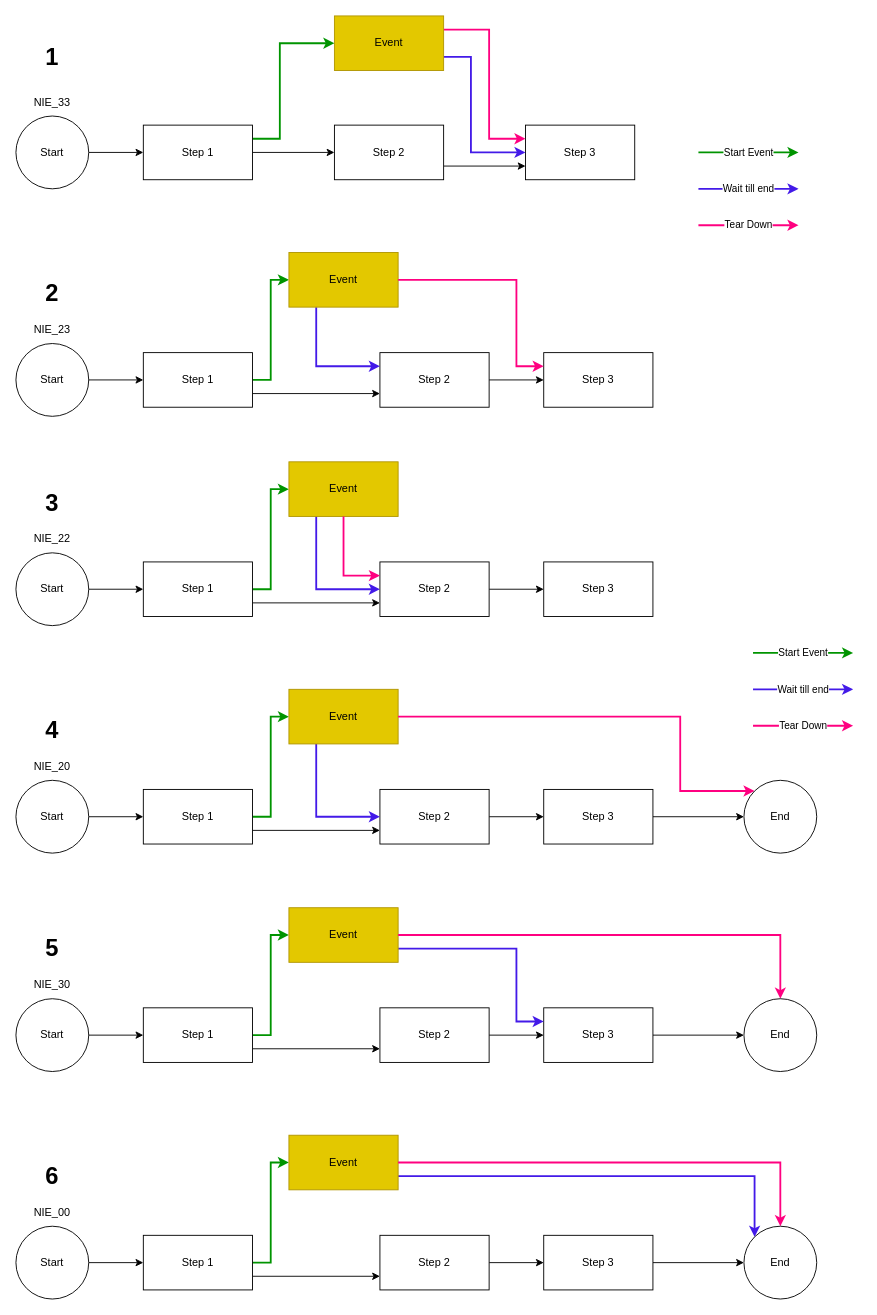
This is page "asynchronousEventIntegrity" (12 of 17) of diagrams/PhasedDiagrams.drawio from adobe/phased-testing, a draw.io file, before an edit. Source tidied: cells renumbered, new cells numbered last; positions are measured from the earlier drawing's top-left corner, leaving out a move shared by most shapes. Both pictures are drawn from the tidied source at 91%, with x=0, y=0 at pixel (15, 15).
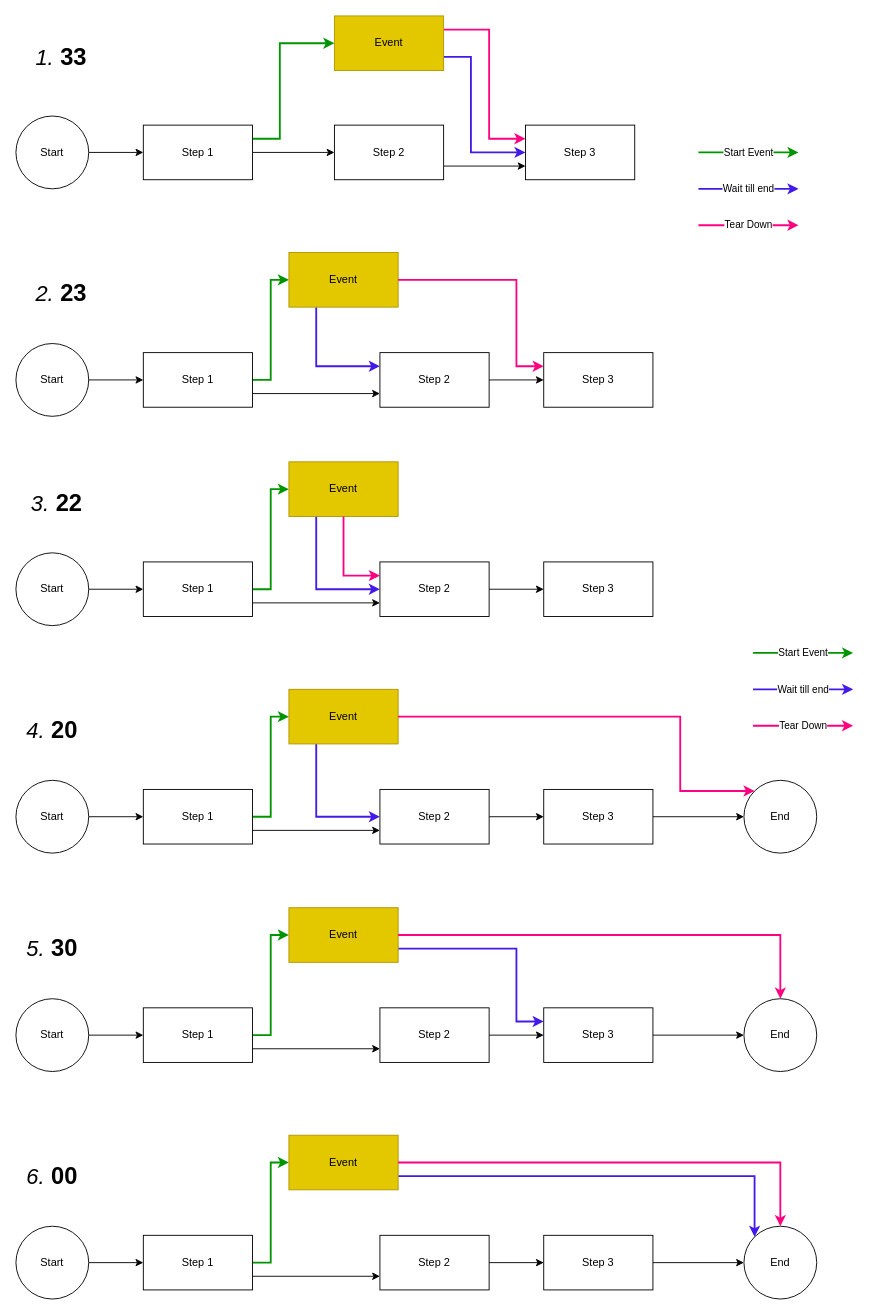
Above is the later version.

Commit message (it also covers changes not shown here):
docs: NIE event-wrapping diagram fixes (follow-up to #260) (#261)

Change to the diagram source:
```diff
@@
-    <mxCell id="77" value="1" style="text;html=1;strokeColor=none;fillColor=none;align=center;verticalAlign=middle;whiteSpace=wrap;rounded=0;fontSize=26;fontStyle=1;" parent="1" vertex="1">
-      <mxGeometry x="10" y="30" width="60" height="30" as="geometry" />
+    <mxCell id="77" value="&lt;i style=&quot;font-weight: normal;&quot;&gt;&lt;font style=&quot;font-size: 24px;&quot;&gt;1.&lt;/font&gt;&lt;/i&gt; 33" style="text;html=1;strokeColor=none;fillColor=none;align=center;verticalAlign=middle;whiteSpace=wrap;rounded=0;fontSize=26;fontStyle=1;" parent="1" vertex="1">
+      <mxGeometry x="10" y="30" width="80" height="30" as="geometry" />
     </mxCell>
-    <mxCell id="78" value="2" style="text;html=1;strokeColor=none;fillColor=none;align=center;verticalAlign=middle;whiteSpace=wrap;rounded=0;fontSize=26;fontStyle=1;" parent="1" vertex="1">
-      <mxGeometry x="10" y="290" width="60" height="30" as="geometry" />
+    <mxCell id="78" value="&lt;i style=&quot;font-weight: normal;&quot;&gt;&lt;font style=&quot;font-size: 24px;&quot;&gt;2.&lt;/font&gt;&lt;/i&gt; 23" style="text;html=1;strokeColor=none;fillColor=none;align=center;verticalAlign=middle;whiteSpace=wrap;rounded=0;fontSize=26;fontStyle=1;" parent="1" vertex="1">
+      <mxGeometry x="10" y="290" width="80" height="30" as="geometry" />
     </mxCell>
-    <mxCell id="79" value="3" style="text;html=1;strokeColor=none;fillColor=none;align=center;verticalAlign=middle;whiteSpace=wrap;rounded=0;fontSize=26;fontStyle=1;" parent="1" vertex="1">
-      <mxGeometry x="10" y="520" width="60" height="30" as="geometry" />
+    <mxCell id="79" value="&lt;i style=&quot;font-weight: normal;&quot;&gt;&lt;font style=&quot;font-size: 24px;&quot;&gt;3.&lt;/font&gt;&lt;/i&gt; 22" style="text;html=1;strokeColor=none;fillColor=none;align=center;verticalAlign=middle;whiteSpace=wrap;rounded=0;fontSize=26;fontStyle=1;" parent="1" vertex="1">
+      <mxGeometry x="10" y="520" width="70" height="30" as="geometry" />
     </mxCell>
-    <mxCell id="80" value="4" style="text;html=1;strokeColor=none;fillColor=none;align=center;verticalAlign=middle;whiteSpace=wrap;rounded=0;fontSize=26;fontStyle=1;" parent="1" vertex="1">
+    <mxCell id="80" value="&lt;span style=&quot;font-weight: normal;&quot;&gt;&lt;i&gt;&lt;font style=&quot;font-size: 24px;&quot;&gt;4.&lt;/font&gt;&lt;/i&gt;&lt;/span&gt; 20" style="text;html=1;strokeColor=none;fillColor=none;align=center;verticalAlign=middle;whiteSpace=wrap;rounded=0;fontSize=26;fontStyle=1;" parent="1" vertex="1">
       <mxGeometry x="10" y="770" width="60" height="30" as="geometry" />
     </mxCell>
-    <mxCell id="81" value="5" style="text;html=1;strokeColor=none;fillColor=none;align=center;verticalAlign=middle;whiteSpace=wrap;rounded=0;fontSize=26;fontStyle=1;" parent="1" vertex="1">
+    <mxCell id="81" value="&lt;i style=&quot;font-weight: normal;&quot;&gt;&lt;font style=&quot;font-size: 24px;&quot;&gt;5.&lt;/font&gt;&lt;/i&gt; 30" style="text;html=1;strokeColor=none;fillColor=none;align=center;verticalAlign=middle;whiteSpace=wrap;rounded=0;fontSize=26;fontStyle=1;" parent="1" vertex="1">
       <mxGeometry x="10" y="1010" width="60" height="30" as="geometry" />
     </mxCell>
-    <mxCell id="82" value="6" style="text;html=1;strokeColor=none;fillColor=none;align=center;verticalAlign=middle;whiteSpace=wrap;rounded=0;fontSize=26;fontStyle=1;" parent="1" vertex="1">
+    <mxCell id="82" value="&lt;i style=&quot;font-weight: normal;&quot;&gt;&lt;font style=&quot;font-size: 24px;&quot;&gt;6.&lt;/font&gt;&lt;/i&gt; 00" style="text;html=1;strokeColor=none;fillColor=none;align=center;verticalAlign=middle;whiteSpace=wrap;rounded=0;fontSize=26;fontStyle=1;" parent="1" vertex="1">
       <mxGeometry x="10" y="1260" width="60" height="30" as="geometry" />
     </mxCell>
-    <mxCell id="83" value="NIE_33" style="text;html=1;strokeColor=none;fillColor=none;align=center;verticalAlign=middle;whiteSpace=wrap;rounded=0;" parent="1" vertex="1">
-      <mxGeometry x="10" y="80" width="60" height="30" as="geometry" />
-    </mxCell>
-    <mxCell id="84" value="NIE_23" style="text;html=1;strokeColor=none;fillColor=none;align=center;verticalAlign=middle;whiteSpace=wrap;rounded=0;" parent="1" vertex="1">
-      <mxGeometry x="10" y="330" width="60" height="30" as="geometry" />
-    </mxCell>
-    <mxCell id="85" value="NIE_22" style="text;html=1;strokeColor=none;fillColor=none;align=center;verticalAlign=middle;whiteSpace=wrap;rounded=0;" parent="1" vertex="1">
-      <mxGeometry x="10" y="560" width="60" height="30" as="geometry" />
-    </mxCell>
-    <mxCell id="86" value="NIE_20" style="text;html=1;strokeColor=none;fillColor=none;align=center;verticalAlign=middle;whiteSpace=wrap;rounded=0;" parent="1" vertex="1">
-      <mxGeometry x="10" y="810" width="60" height="30" as="geometry" />
-    </mxCell>
-    <mxCell id="87" value="NIE_30" style="text;html=1;strokeColor=none;fillColor=none;align=center;verticalAlign=middle;whiteSpace=wrap;rounded=0;" parent="1" vertex="1">
-      <mxGeometry x="10" y="1050" width="60" height="30" as="geometry" />
-    </mxCell>
-    <mxCell id="88" value="NIE_00" style="text;html=1;strokeColor=none;fillColor=none;align=center;verticalAlign=middle;whiteSpace=wrap;rounded=0;" parent="1" vertex="1">
-      <mxGeometry x="10" y="1300" width="60" height="30" as="geometry" />
-    </mxCell>
```
